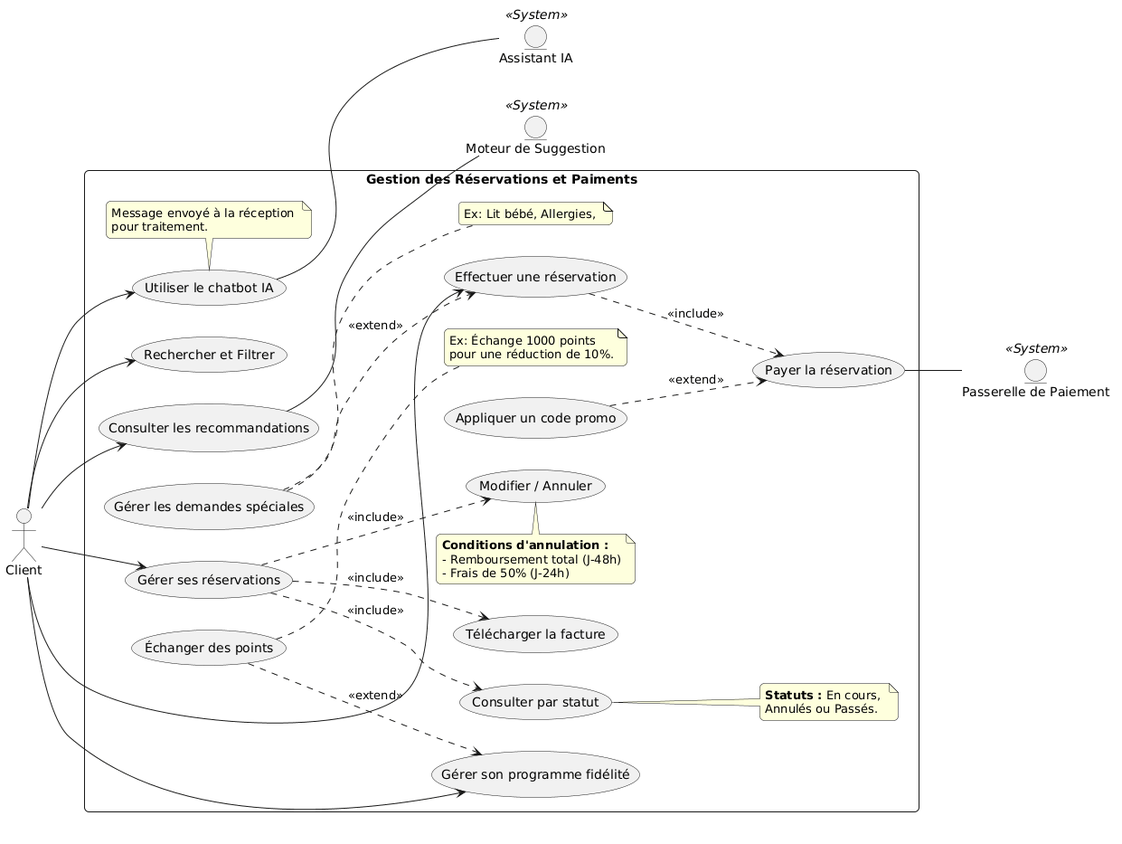
Before: out/docs/uml/02-use-case-client/02-use-case-client.png, a diagram exported from PlantUML (malek420122/hotel_project_pfe).
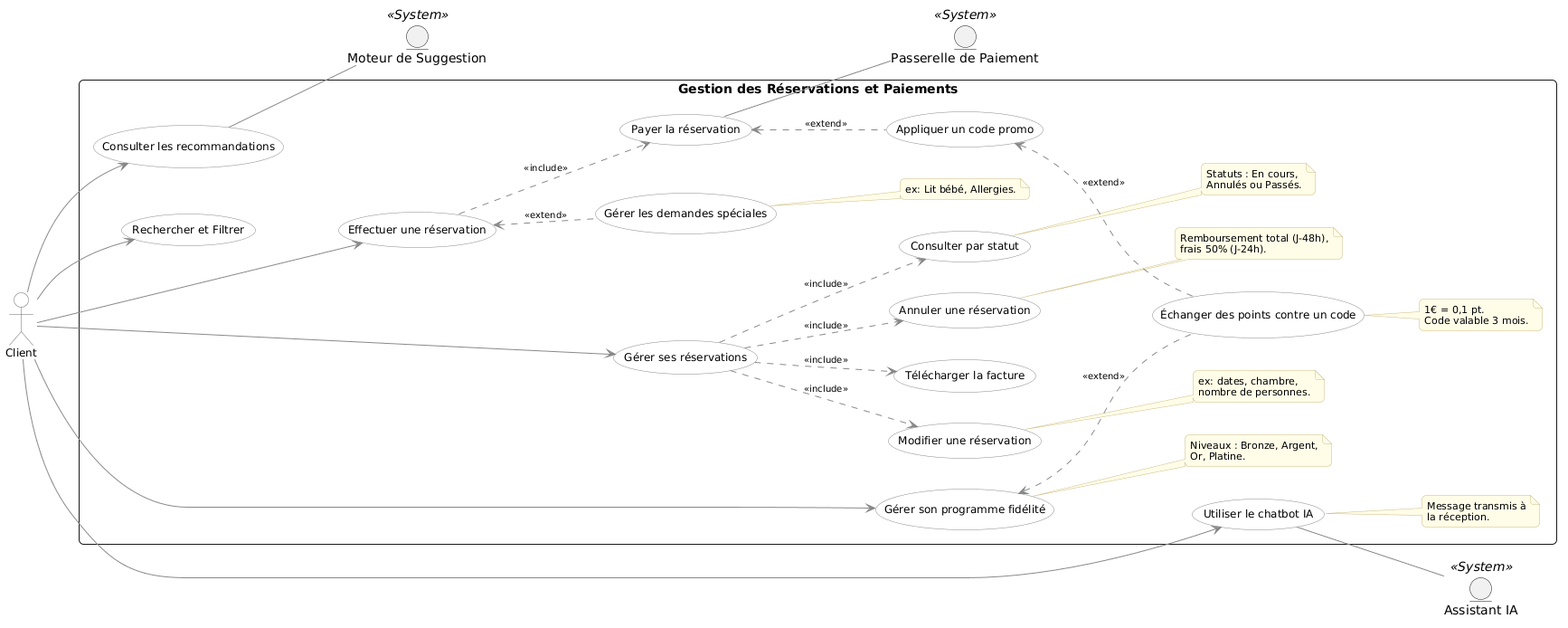
After the commit.

Commit message:
Update hotel project - UML diagrams and latest changes

The edit, as a diff of the source:
```diff
@@ -4,74 +4,113 @@
 skinparam actorStyle default
 skinparam roundcorner 10
 
+skinparam usecase {
+  BackgroundColor #FFFFFF
+  BorderColor #888888
+  FontSize 12
+  FontName Arial
+}
+skinparam actor {
+  BackgroundColor #FFFFFF
+  BorderColor #666666
+  FontSize 12
+  FontName Arial
+}
+skinparam note {
+  BackgroundColor #FFFDE7
+  BorderColor #CCBB88
+  FontSize 11
+  FontName Arial
+}
+skinparam ArrowColor #888888
+skinparam ArrowFontSize 10
+
 actor "Client" as Client
 entity "Passerelle de Paiement" as Stripe <<System>>
 entity "Assistant IA" as Chatbot <<System>>
 entity "Moteur de Suggestion" as Reco <<System>>
 
-rectangle "Gestion des Réservations et Paiments" {
+rectangle "Gestion des Réservations et Paiements" {
 
-    (Rechercher et Filtrer) as UC_Search
-    (Consulter les recommandations) as UC_Reco
+  usecase "Rechercher et Filtrer" as UC_Search
+  usecase "Consulter les recommandations" as UC_Reco
 
-    (Effectuer une réservation) as UC_Book
-    (Gérer les demandes spéciales) as UC_Special
-    (Appliquer un code promo) as UC_Promo
-    (Payer la réservation) as UC_Pay
+  usecase "Effectuer une réservation" as UC_Book
+  usecase "Gérer les demandes spéciales" as UC_Special
+  usecase "Appliquer un code promo" as UC_Promo
+  usecase "Payer la réservation" as UC_Pay
 
-    (Gérer ses réservations) as UC_Manage
-    (Consulter par statut) as UC_View
-    (Modifier / Annuler) as UC_Edit
-    (Télécharger la facture) as UC_Invoice
+  usecase "Gérer ses réservations" as UC_Manage
+  usecase "Consulter par statut" as UC_View
+  usecase "Modifier une réservation" as UC_Modify
+  usecase "Annuler une réservation" as UC_Cancel
+  usecase "Télécharger la facture" as UC_Invoice
 
-    (Gérer son programme fidélité) as UC_Loyalty
-    (Échanger des points) as UC_Redeem
-    (Utiliser le chatbot IA) as UC_Chatbot
+  usecase "Gérer son programme fidélité" as UC_Loyalty
+  usecase "Échanger des points contre un code" as UC_Redeem
 
-    Client --> UC_Search
-    Client --> UC_Reco
-    Client --> UC_Book
-    Client --> UC_Manage
-    Client --> UC_Loyalty
-    Client --> UC_Chatbot
+  usecase "Utiliser le chatbot IA" as UC_Chatbot
 
-    UC_Book ..> UC_Pay : <<include>>
-    UC_Special ..> UC_Book : <<extend>>
-    UC_Promo ..> UC_Pay : <<extend>>
+  UC_Search -[hidden]down-> UC_Book
+  UC_Book -[hidden]down-> UC_Manage
+  UC_Manage -[hidden]down-> UC_Loyalty
+  UC_Loyalty -[hidden]down-> UC_Chatbot
 
-    UC_Manage ..> UC_View : <<include>>
-    UC_Manage ..> UC_Edit : <<include>>
-    UC_Manage ..> UC_Invoice : <<include>>
+  Client --> UC_Search
+  Client --> UC_Reco
+  Client --> UC_Book
+  Client --> UC_Manage
+  Client --> UC_Loyalty
+  Client --> UC_Chatbot
 
-    UC_Redeem ..> UC_Loyalty : <<extend>>
+  UC_Book ..> UC_Pay : <<include>>
+  UC_Special .up.> UC_Book : <<extend>>
+  UC_Promo .up.> UC_Pay : <<extend>>
 
-    UC_Pay -- Stripe
-    UC_Chatbot -- Chatbot
-    UC_Reco -- Reco
+  UC_Manage ..> UC_View : <<include>>
+  UC_Manage ..> UC_Modify : <<include>>
+  UC_Manage ..> UC_Cancel : <<include>>
+  UC_Manage ..> UC_Invoice : <<include>>
 
-    note top of UC_Edit
-      **Conditions d'annulation :**
-      - Remboursement total (J-48h)
-      - Frais de 50% (J-24h)
-    end note
+  UC_Redeem .up.> UC_Loyalty : <<extend>>
+  UC_Redeem .up.> UC_Promo : <<extend>>
 
-    note right of UC_View
-      **Statuts :** En cours,
-      Annulés ou Passés.
-    end note
+  UC_Pay -- Stripe
+  UC_Chatbot -- Chatbot
+  UC_Reco -- Reco
 
-    note right of UC_Special
-      Ex: Lit bébé, Allergies,
-    end note
+  note right of UC_Cancel
+    Remboursement total (J-48h),
+    frais 50% (J-24h).
+  end note
 
-    note bottom of UC_Chatbot
-      Message envoyé à la réception
-      pour traitement.
-    end note
+  note right of UC_View
+    Statuts : En cours,
+    Annulés ou Passés.
+  end note
 
-    note right of UC_Redeem
-      Ex: Échange 1000 points
-      pour une réduction de 10%.
-    end note
+  note right of UC_Modify
+    ex: dates, chambre,
+    nombre de personnes.
+  end note
+
+  note right of UC_Special
+    ex: Lit bébé, Allergies.
+  end note
+
+  note right of UC_Chatbot
+    Message transmis à
+    la réception.
+  end note
+
+  note right of UC_Redeem
+    1€ = 0,1 pt.
+    Code valable 3 mois.
+  end note
+
+  note right of UC_Loyalty
+    Niveaux : Bronze, Argent,
+    Or, Platine.
+  end note
 }
 @enduml
```
